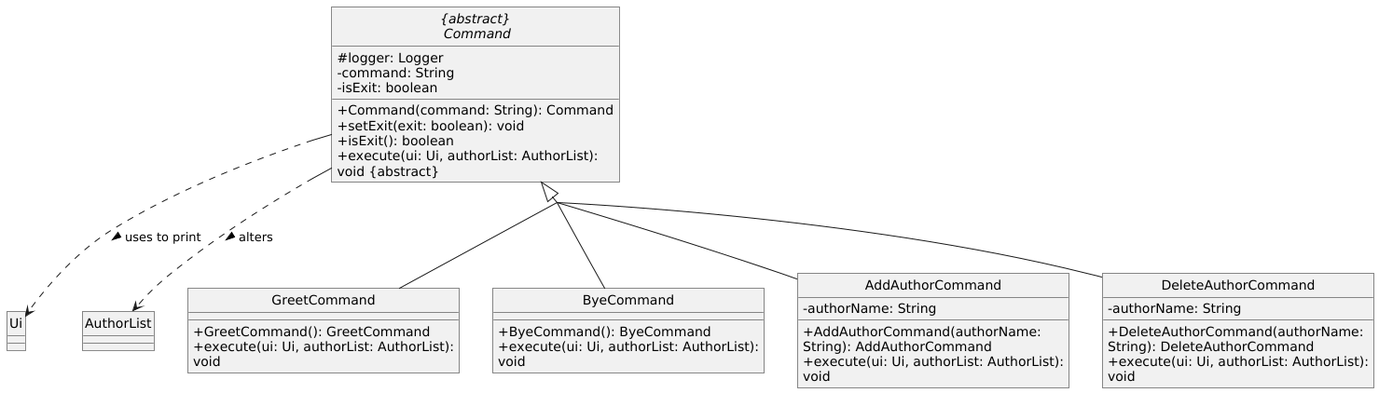
Before: docs/uml/puml/Command/Command_One.png, a diagram exported from PlantUML (xenthm/tp).
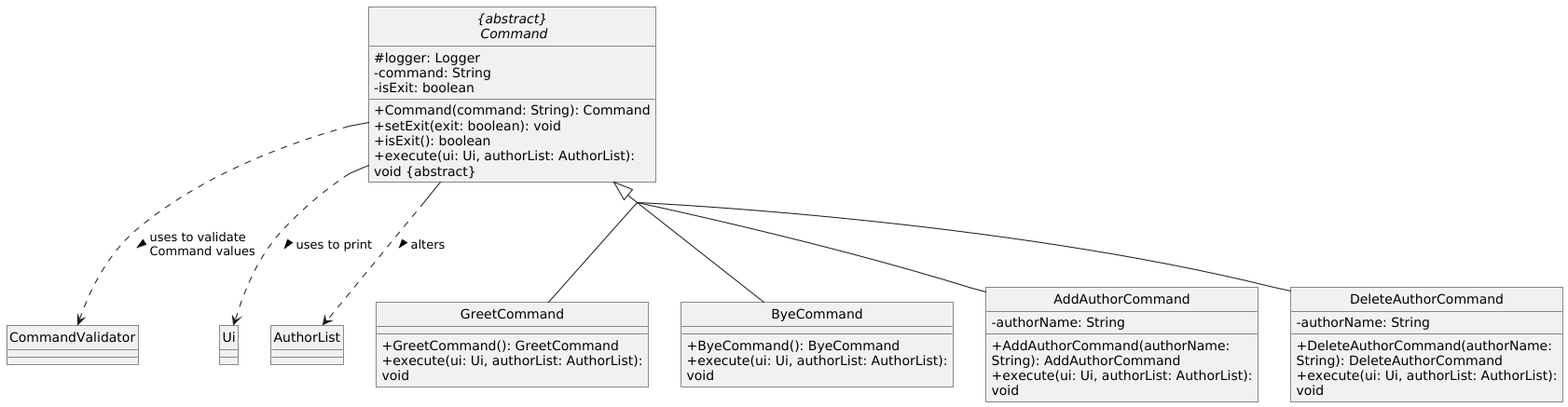
The same file after the commit.

Commit message:
Update command images with CommandValidator

What changed in the source:
```diff
@@ -10,6 +10,12 @@
     + isExit(): boolean
     + execute(ui: Ui, authorList: AuthorList): void ABSTRACT_DECORATOR
 }
+
+class CommandValidator {
+}
+
+Command ..> CommandValidator : uses to validate Command values >
+
 class Ui {
 }
 
```
